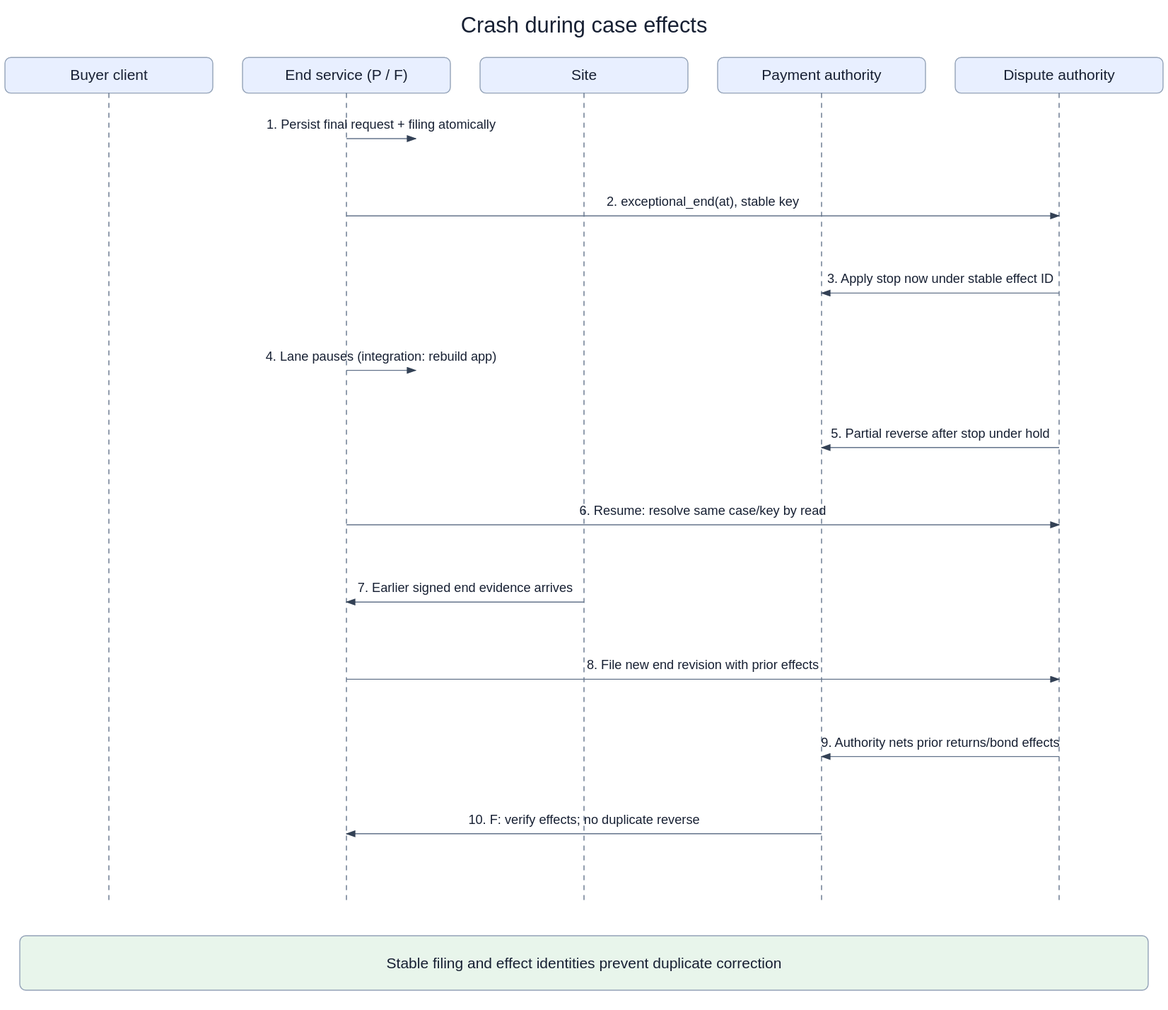
Above: openspec/changes/converge-ongoing-compute-leases/diagrams/03-crash-during-case-effects.svg in arkhai-io/simple-compute-market (draw.io), before the change. Source tidied: cells renumbered, new cells last; positions are measured from the earlier drawing's top-left corner, leaving out a move shared by most shapes.
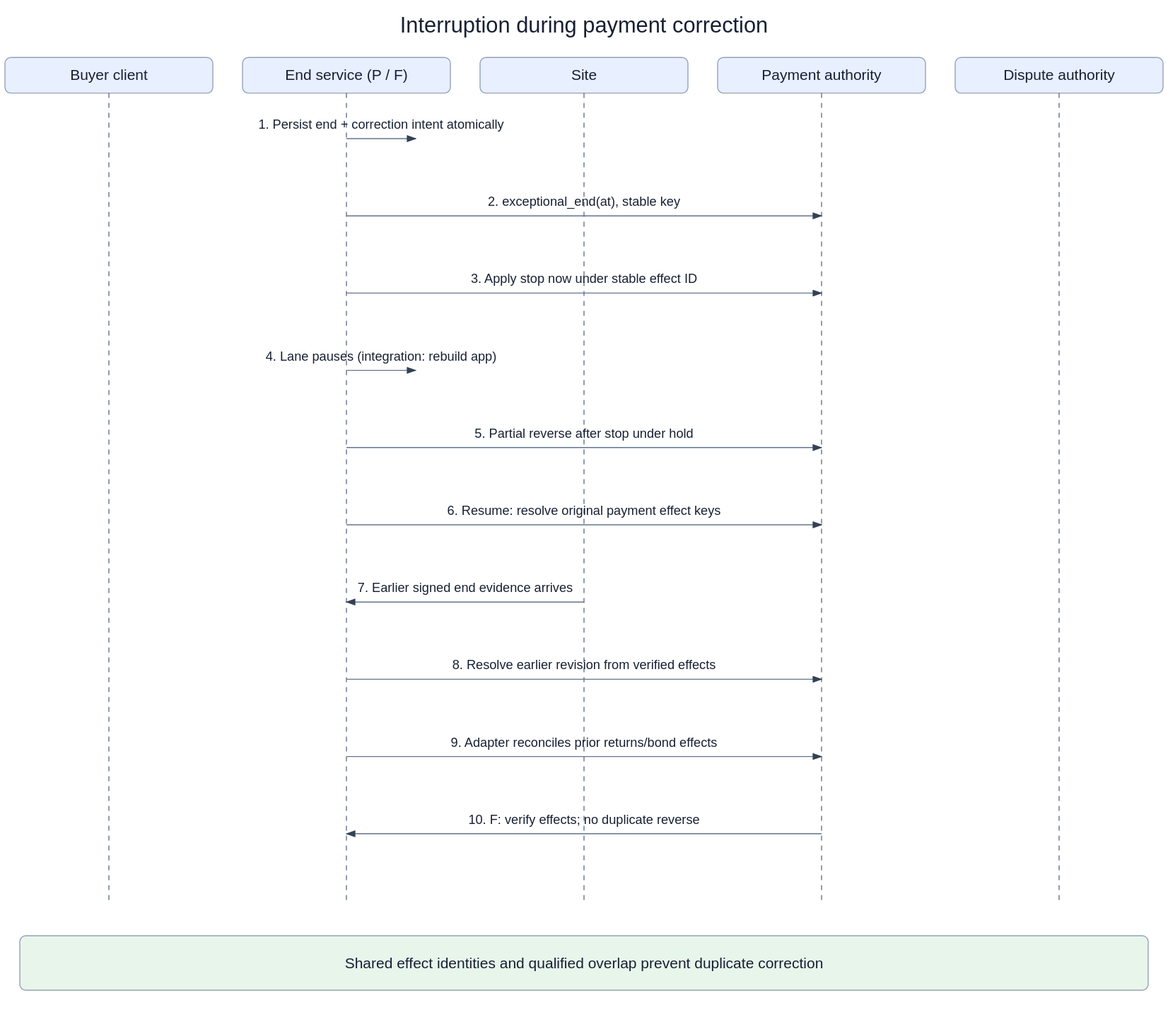
After the commit.

The edit, as a diff of the source:
```diff
@@ -2,7 +2,7 @@
   <root>
     <mxCell id="0" />
     <mxCell id="1" parent="0" />
-    <mxCell id="2" value="Crash during case effects" style="text;fontSize=22;align=center;" parent="1" vertex="1">
+    <mxCell id="2" value="Interruption during payment correction" style="text;fontSize=22;align=center;" parent="1" vertex="1">
       <mxGeometry x="15" width="1140" height="36" as="geometry" />
     </mxCell>
     <mxCell id="3" value="Buyer client" style="rounded=1;fillColor=#e8efff;fontSize=15;" parent="1" vertex="1">
@@ -50,7 +50,7 @@
         <mxPoint x="1065" y="900" as="targetPoint" />
       </mxGeometry>
     </mxCell>
-    <mxCell id="13" value="1. Persist final request + filing atomically" style="endArrow=block;fontSize=13;labelBackgroundColor=#ffffff;" parent="1" edge="1">
+    <mxCell id="13" value="1. Persist end + correction intent atomically" style="endArrow=block;fontSize=13;labelBackgroundColor=#ffffff;" parent="1" edge="1">
       <mxGeometry relative="1" as="geometry">
         <mxPoint x="345" y="130" as="sourcePoint" />
         <mxPoint x="415" y="130" as="targetPoint" />
@@ -59,12 +59,12 @@
     <mxCell id="14" value="2. exceptional_end(at), stable key" style="endArrow=block;fontSize=13;labelBackgroundColor=#ffffff;" parent="1" edge="1">
       <mxGeometry relative="1" as="geometry">
         <mxPoint x="345" y="208" as="sourcePoint" />
-        <mxPoint x="1065" y="208" as="targetPoint" />
+        <mxPoint x="825" y="208" as="targetPoint" />
       </mxGeometry>
     </mxCell>
     <mxCell id="15" value="3. Apply stop now under stable effect ID" style="endArrow=block;fontSize=13;labelBackgroundColor=#ffffff;" parent="1" edge="1">
       <mxGeometry relative="1" as="geometry">
-        <mxPoint x="1065" y="286" as="sourcePoint" />
+        <mxPoint x="345" y="286" as="sourcePoint" />
         <mxPoint x="825" y="286" as="targetPoint" />
       </mxGeometry>
     </mxCell>
@@ -76,14 +76,14 @@
     </mxCell>
     <mxCell id="17" value="5. Partial reverse after stop under hold" style="endArrow=block;fontSize=13;labelBackgroundColor=#ffffff;" parent="1" edge="1">
       <mxGeometry relative="1" as="geometry">
-        <mxPoint x="1065" y="442" as="sourcePoint" />
+        <mxPoint x="345" y="442" as="sourcePoint" />
         <mxPoint x="825" y="442" as="targetPoint" />
       </mxGeometry>
     </mxCell>
-    <mxCell id="18" value="6. Resume: resolve same case/key by read" style="endArrow=block;fontSize=13;labelBackgroundColor=#ffffff;" parent="1" edge="1">
+    <mxCell id="18" value="6. Resume: resolve original payment effect keys" style="endArrow=block;fontSize=13;labelBackgroundColor=#ffffff;" parent="1" edge="1">
       <mxGeometry relative="1" as="geometry">
         <mxPoint x="345" y="520" as="sourcePoint" />
-        <mxPoint x="1065" y="520" as="targetPoint" />
+        <mxPoint x="825" y="520" as="targetPoint" />
       </mxGeometry>
     </mxCell>
     <mxCell id="19" value="7. Earlier signed end evidence arrives" style="endArrow=block;fontSize=13;labelBackgroundColor=#ffffff;" parent="1" edge="1">
@@ -92,15 +92,15 @@
         <mxPoint x="345" y="598" as="targetPoint" />
       </mxGeometry>
     </mxCell>
-    <mxCell id="20" value="8. File new end revision with prior effects" style="endArrow=block;fontSize=13;labelBackgroundColor=#ffffff;" parent="1" edge="1">
+    <mxCell id="20" value="8. Resolve earlier revision from verified effects" style="endArrow=block;fontSize=13;labelBackgroundColor=#ffffff;" parent="1" edge="1">
       <mxGeometry relative="1" as="geometry">
         <mxPoint x="345" y="676" as="sourcePoint" />
-        <mxPoint x="1065" y="676" as="targetPoint" />
+        <mxPoint x="825" y="676" as="targetPoint" />
       </mxGeometry>
     </mxCell>
-    <mxCell id="21" value="9. Authority nets prior returns/bond effects" style="endArrow=block;fontSize=13;labelBackgroundColor=#ffffff;" parent="1" edge="1">
+    <mxCell id="21" value="9. Adapter reconciles prior returns/bond effects" style="endArrow=block;fontSize=13;labelBackgroundColor=#ffffff;" parent="1" edge="1">
       <mxGeometry relative="1" as="geometry">
-        <mxPoint x="1065" y="754" as="sourcePoint" />
+        <mxPoint x="345" y="754" as="sourcePoint" />
         <mxPoint x="825" y="754" as="targetPoint" />
       </mxGeometry>
     </mxCell>
@@ -110,7 +110,7 @@
         <mxPoint x="345" y="832" as="targetPoint" />
       </mxGeometry>
     </mxCell>
-    <mxCell id="23" value="Stable filing and effect identities prevent duplicate correction" style="rounded=1;fillColor=#e8f5eb;fontSize=15;" parent="1" vertex="1">
+    <mxCell id="23" value="Shared effect identities and qualified overlap prevent duplicate correction" style="rounded=1;fillColor=#e8f5eb;fontSize=15;" parent="1" vertex="1">
       <mxGeometry x="15" y="935" width="1140" height="55" as="geometry" />
     </mxCell>
   </root>
```
